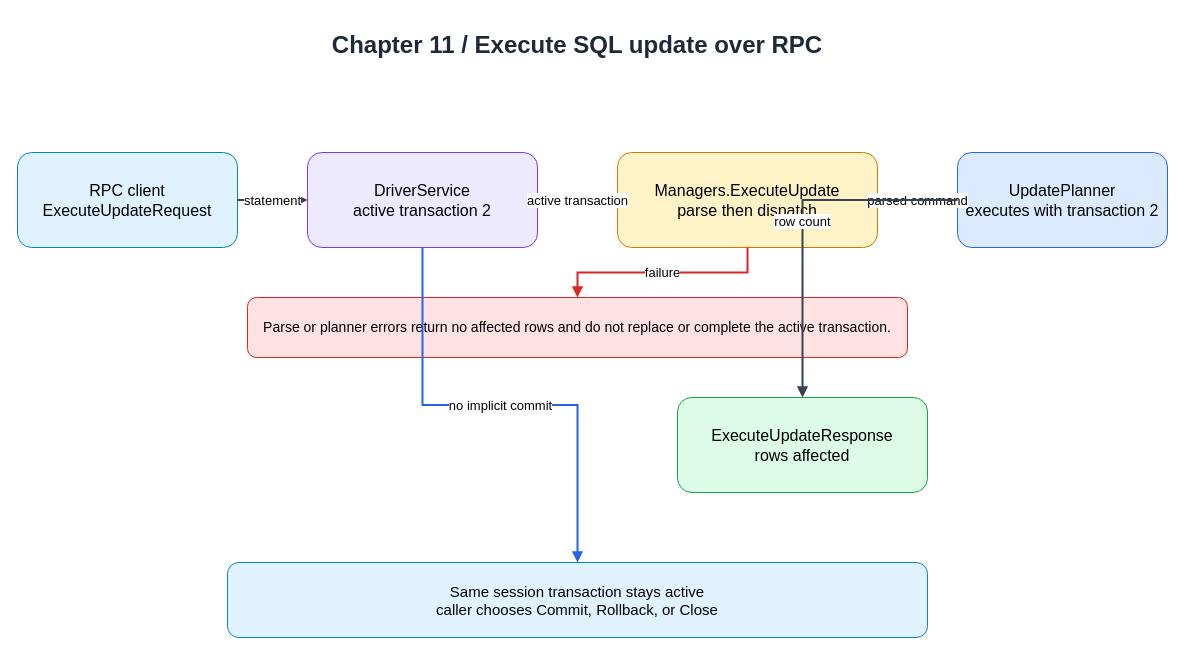
The draw.io diagram docs/diagrams/ch11-network-rpc-exec-update.drawio in Rwatana/simledb_in_go, before the edit. Source tidied: cells renumbered, new cells numbered last; positions are measured from the earlier drawing's top-left corner, leaving out a move shared by most shapes. Both pictures are drawn from the tidied source at 100%, with x=0, y=0 at pixel (17, 17).
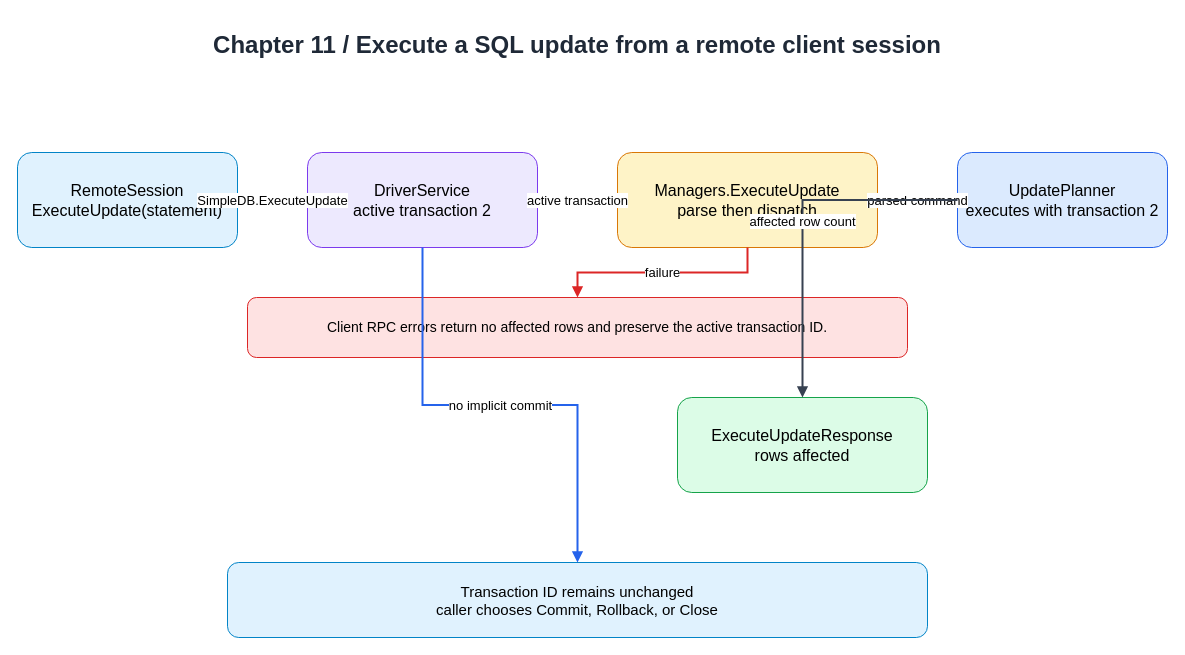
Above is the later version.

Commit message (it also covers changes not shown here):
feat: execute remote SQL updates from client sessions (#1181)

What changed in the source:
```diff
@@
 <mxGraphModel>
   <root>
     <mxCell id="0" />
     <mxCell id="1" parent="0" />
-    <mxCell id="2" value="Chapter 11 / Execute SQL update over RPC" style="text;html=1;align=center;verticalAlign=middle;whiteSpace=wrap;rounded=0;fontSize=24;fontStyle=1;fontColor=#1f2937;" parent="1" vertex="1">
+    <mxCell id="2" value="Chapter 11 / Execute a SQL update from a remote client session" style="text;html=1;align=center;verticalAlign=middle;whiteSpace=wrap;rounded=0;fontSize=24;fontStyle=1;fontColor=#1f2937;" parent="1" vertex="1">
       <mxGeometry x="40" width="1040" height="55" as="geometry" />
     </mxCell>
-    <mxCell id="3" value="RPC client&#10;ExecuteUpdateRequest" style="rounded=1;whiteSpace=wrap;html=1;fillColor=#e0f2fe;strokeColor=#0284c7;fontSize=16;" parent="1" vertex="1">
+    <mxCell id="3" value="RemoteSession&#10;ExecuteUpdate(statement)" style="rounded=1;whiteSpace=wrap;html=1;fillColor=#e0f2fe;strokeColor=#0284c7;fontSize=16;" parent="1" vertex="1">
       <mxGeometry y="135" width="220" height="95" as="geometry" />
     </mxCell>
     <mxCell id="4" value="DriverService&#10;active transaction 2" style="rounded=1;whiteSpace=wrap;html=1;fillColor=#ede9fe;strokeColor=#7c3aed;fontSize=16;" parent="1" vertex="1">
       <mxGeometry x="290" y="135" width="230" height="95" as="geometry" />
     </mxCell>
     <mxCell id="5" value="Managers.ExecuteUpdate&#10;parse then dispatch" style="rounded=1;whiteSpace=wrap;html=1;fillColor=#fef3c7;strokeColor=#d97706;fontSize=16;" parent="1" vertex="1">
       <mxGeometry x="600" y="135" width="260" height="95" as="geometry" />
     </mxCell>
     <mxCell id="6" value="UpdatePlanner&#10;executes with transaction 2" style="rounded=1;whiteSpace=wrap;html=1;fillColor=#dbeafe;strokeColor=#2563eb;fontSize=16;" parent="1" vertex="1">
       <mxGeometry x="940" y="135" width="210" height="95" as="geometry" />
     </mxCell>
     <mxCell id="7" value="ExecuteUpdateResponse&#10;rows affected" style="rounded=1;whiteSpace=wrap;html=1;fillColor=#dcfce7;strokeColor=#16a34a;fontSize=16;" parent="1" vertex="1">
       <mxGeometry x="660" y="380" width="250" height="95" as="geometry" />
     </mxCell>
-    <mxCell id="8" value="Same session transaction stays active&#10;caller chooses Commit, Rollback, or Close" style="rounded=1;whiteSpace=wrap;html=1;fillColor=#e0f2fe;strokeColor=#0284c7;fontSize=15;" parent="1" vertex="1">
+    <mxCell id="8" value="Transaction ID remains unchanged&#10;caller chooses Commit, Rollback, or Close" style="rounded=1;whiteSpace=wrap;html=1;fillColor=#e0f2fe;strokeColor=#0284c7;fontSize=15;" parent="1" vertex="1">
       <mxGeometry x="210" y="545" width="700" height="75" as="geometry" />
     </mxCell>
-    <mxCell id="9" value="Parse or planner errors return no affected rows and do not replace or complete the active transaction." style="rounded=1;whiteSpace=wrap;html=1;fillColor=#fee2e2;strokeColor=#dc2626;fontSize=14;" parent="1" vertex="1">
+    <mxCell id="9" value="Client RPC errors return no affected rows and preserve the active transaction ID." style="rounded=1;whiteSpace=wrap;html=1;fillColor=#fee2e2;strokeColor=#dc2626;fontSize=14;" parent="1" vertex="1">
       <mxGeometry x="230" y="280" width="660" height="60" as="geometry" />
     </mxCell>
-    <mxCell id="10" value="statement" style="edgeStyle=orthogonalEdgeStyle;rounded=0;jettySize=auto;html=1;endArrow=block;endFill=1;strokeColor=#374151;strokeWidth=2;fontSize=13;" parent="1" edge="1" source="3" target="4">
+    <mxCell id="10" value="SimpleDB.ExecuteUpdate" style="edgeStyle=orthogonalEdgeStyle;rounded=0;jettySize=auto;html=1;endArrow=block;endFill=1;strokeColor=#374151;strokeWidth=2;fontSize=13;" parent="1" edge="1" source="3" target="4">
       <mxGeometry relative="1" as="geometry" />
     </mxCell>
     <mxCell id="11" value="active transaction" style="edgeStyle=orthogonalEdgeStyle;rounded=0;jettySize=auto;html=1;endArrow=block;endFill=1;strokeColor=#374151;strokeWidth=2;fontSize=13;" parent="1" edge="1" source="4" target="5">
       <mxGeometry relative="1" as="geometry" />
     </mxCell>
     <mxCell id="12" value="parsed command" style="edgeStyle=orthogonalEdgeStyle;rounded=0;jettySize=auto;html=1;endArrow=block;endFill=1;strokeColor=#374151;strokeWidth=2;fontSize=13;" parent="1" edge="1" source="5" target="6">
       <mxGeometry relative="1" as="geometry" />
     </mxCell>
-    <mxCell id="13" value="row count" style="edgeStyle=orthogonalEdgeStyle;rounded=0;jettySize=auto;html=1;endArrow=block;endFill=1;strokeColor=#374151;strokeWidth=2;fontSize=13;" parent="1" edge="1" source="6" target="7">
+    <mxCell id="13" value="affected row count" style="edgeStyle=orthogonalEdgeStyle;rounded=0;jettySize=auto;html=1;endArrow=block;endFill=1;strokeColor=#374151;strokeWidth=2;fontSize=13;" parent="1" edge="1" source="6" target="7">
       <mxGeometry relative="1" as="geometry" />
     </mxCell>
     <mxCell id="14" value="no implicit commit" style="edgeStyle=orthogonalEdgeStyle;rounded=0;jettySize=auto;html=1;endArrow=block;endFill=1;strokeColor=#2563eb;strokeWidth=2;fontSize=13;" parent="1" edge="1" source="4" target="8">
       <mxGeometry relative="1" as="geometry" />
     </mxCell>
     <mxCell id="15" value="failure" style="edgeStyle=orthogonalEdgeStyle;rounded=0;jettySize=auto;html=1;endArrow=block;endFill=1;strokeColor=#dc2626;strokeWidth=2;fontSize=13;" parent="1" edge="1" source="5" target="9">
       <mxGeometry relative="1" as="geometry" />
     </mxCell>
   </root>
 </mxGraphModel>
```
